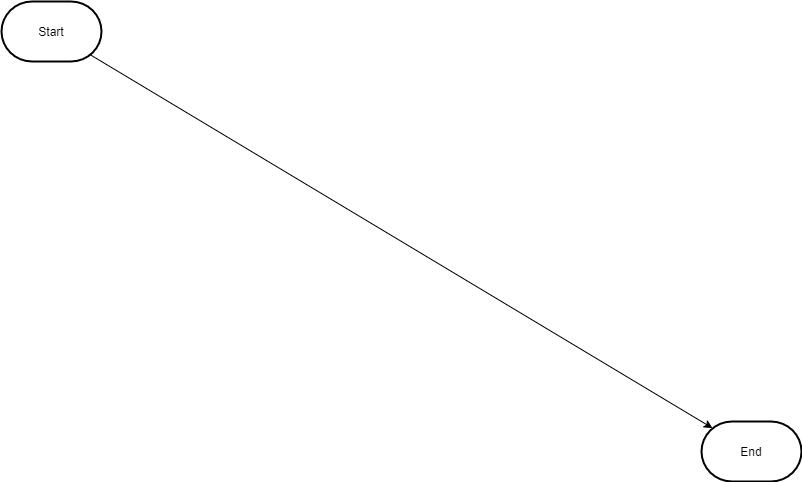
The draw.io diagram part2/part2.drawio.png in e2huynh/wi21-cse110-lab4, before a commit. Source tidied: cells renumbered, new cells last; positions are measured from the earlier drawing's top-left corner, leaving out a move shared by most shapes.
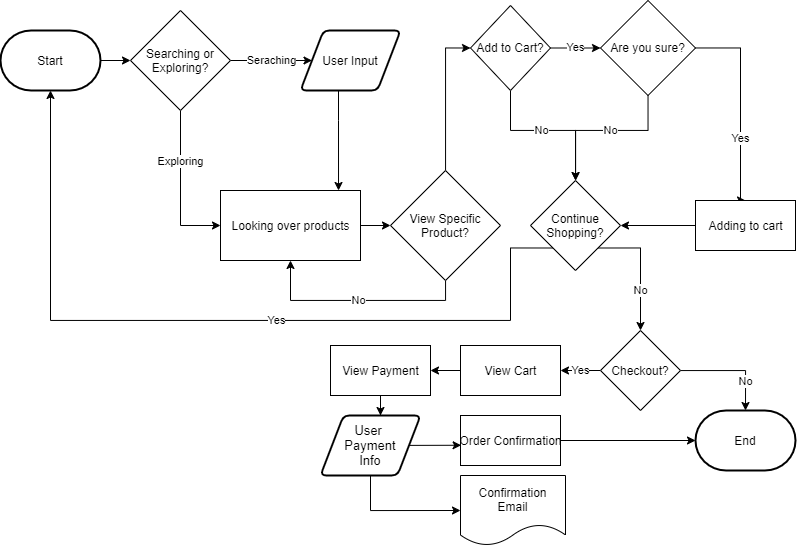
The same diagram one commit later.

Commit message:
Finished part2 and added readme

What changed in the source:
```diff
@@ -2,14 +2,155 @@
   <root>
     <mxCell id="0" />
     <mxCell id="1" parent="0" />
+    <mxCell id="5" style="edgeStyle=orthogonalEdgeStyle;rounded=0;jettySize=auto;html=1;exitX=1;exitY=0.5;exitDx=0;exitDy=0;exitPerimeter=0;entryX=0;entryY=0.5;entryDx=0;entryDy=0;" parent="1" edge="1" source="2" target="4">
+      <mxGeometry relative="1" as="geometry" />
+    </mxCell>
     <mxCell id="2" value="Start" style="strokeWidth=2;html=1;shape=mxgraph.flowchart.terminator;whiteSpace=wrap;" parent="1" vertex="1">
       <mxGeometry width="100" height="60" as="geometry" />
     </mxCell>
     <mxCell id="3" value="End" style="strokeWidth=2;html=1;shape=mxgraph.flowchart.terminator;whiteSpace=wrap;" parent="1" vertex="1">
-      <mxGeometry x="700" y="420" width="100" height="60" as="geometry" />
+      <mxGeometry x="695" y="380" width="100" height="60" as="geometry" />
     </mxCell>
+    <mxCell id="6" value="Seraching" style="edgeStyle=orthogonalEdgeStyle;rounded=0;jettySize=auto;html=1;exitX=1;exitY=0.5;exitDx=0;exitDy=0;" parent="1" edge="1" source="4" target="9">
+      <mxGeometry relative="1" as="geometry" />
+    </mxCell>
+    <mxCell id="7" value="Exploring" style="edgeStyle=orthogonalEdgeStyle;rounded=0;jettySize=auto;html=1;entryX=0;entryY=0.5;entryDx=0;entryDy=0;" parent="1" edge="1" source="4" target="11">
+      <mxGeometry x="-0.35" relative="1" as="geometry">
+        <Array as="points">
+          <mxPoint x="180" y="195" />
+        </Array>
+      </mxGeometry>
+    </mxCell>
-    <mxCell id="4" style="endArrow=classic;html=1;exitX=0.89;exitY=0.89;exitDx=0;exitDy=0;exitPerimeter=0;entryX=0.11;entryY=0.11;entryDx=0;entryDy=0;entryPerimeter=0;" parent="1" edge="1" source="2" target="3">
-      <mxGeometry relative="1" as="geometry" />
+    <mxCell id="4" value="Searching or Exploring?" style="rhombus;whiteSpace=wrap;html=1;" parent="1" vertex="1">
+      <mxGeometry x="130" y="-20" width="100" height="100" as="geometry" />
     </mxCell>
+    <mxCell id="8" style="edgeStyle=orthogonalEdgeStyle;rounded=0;jettySize=auto;html=1;entryX=0.843;entryY=0;entryDx=0;entryDy=0;entryPerimeter=0;" parent="1" edge="1" source="9" target="11">
+      <mxGeometry relative="1" as="geometry">
+        <Array as="points">
+          <mxPoint x="338" y="90" />
+          <mxPoint x="338" y="90" />
+        </Array>
+      </mxGeometry>
+    </mxCell>
+    <mxCell id="9" value="User Input" style="shape=parallelogram;html=1;strokeWidth=2;perimeter=parallelogramPerimeter;whiteSpace=wrap;rounded=1;arcSize=12;size=0.23;" parent="1" vertex="1">
+      <mxGeometry x="300" width="100" height="60" as="geometry" />
+    </mxCell>
+    <mxCell id="10" style="edgeStyle=orthogonalEdgeStyle;rounded=0;jettySize=auto;html=1;entryX=0;entryY=0.5;entryDx=0;entryDy=0;" parent="1" edge="1" source="11" target="14">
+      <mxGeometry relative="1" as="geometry" />
+    </mxCell>
+    <mxCell id="11" value="Looking over products" style="html=1;dashed=0;whitespace=wrap;" parent="1" vertex="1">
+      <mxGeometry x="220" y="160" width="140" height="70" as="geometry" />
+    </mxCell>
+    <mxCell id="12" value="No" style="edgeStyle=orthogonalEdgeStyle;rounded=0;jettySize=auto;html=1;entryX=0.5;entryY=1;entryDx=0;entryDy=0;" parent="1" edge="1" source="14" target="11">
+      <mxGeometry relative="1" as="geometry">
+        <Array as="points">
+          <mxPoint x="445" y="270" />
+          <mxPoint x="290" y="270" />
+        </Array>
+      </mxGeometry>
+    </mxCell>
+    <mxCell id="13" style="edgeStyle=orthogonalEdgeStyle;rounded=0;jettySize=auto;html=1;entryX=0;entryY=0.5;entryDx=0;entryDy=0;" parent="1" edge="1" source="14" target="17">
+      <mxGeometry relative="1" as="geometry" />
+    </mxCell>
+    <mxCell id="14" value="View Specific Product?" style="rhombus;whiteSpace=wrap;html=1;" parent="1" vertex="1">
+      <mxGeometry x="390" y="140" width="110" height="110" as="geometry" />
+    </mxCell>
+    <mxCell id="15" value="Yes" style="edgeStyle=orthogonalEdgeStyle;rounded=0;jettySize=auto;html=1;entryX=0;entryY=0.5;entryDx=0;entryDy=0;" parent="1" edge="1" source="17" target="20">
+      <mxGeometry relative="1" as="geometry" />
+    </mxCell>
+    <mxCell id="16" value="No" style="edgeStyle=orthogonalEdgeStyle;rounded=0;jettySize=auto;html=1;" parent="1" edge="1" source="17" target="23">
+      <mxGeometry x="-0.1" relative="1" as="geometry">
+        <Array as="points">
+          <mxPoint x="510" y="100" />
+          <mxPoint x="575" y="100" />
+        </Array>
+      </mxGeometry>
+    </mxCell>
+    <mxCell id="17" value="Add to Cart?" style="rhombus;whiteSpace=wrap;html=1;" parent="1" vertex="1">
+      <mxGeometry x="470" y="-25" width="80" height="85" as="geometry" />
+    </mxCell>
+    <mxCell id="18" value="No" style="edgeStyle=orthogonalEdgeStyle;rounded=0;jettySize=auto;html=1;" parent="1" edge="1" source="20" target="23">
+      <mxGeometry x="-0.08" relative="1" as="geometry">
+        <Array as="points">
+          <mxPoint x="648" y="100" />
+          <mxPoint x="575" y="100" />
+        </Array>
+      </mxGeometry>
+    </mxCell>
+    <mxCell id="19" value="Yes" style="edgeStyle=orthogonalEdgeStyle;rounded=0;jettySize=auto;html=1;entryX=0.5;entryY=0;entryDx=0;entryDy=0;" parent="1" edge="1" source="20" target="25">
+      <mxGeometry x="0.32" relative="1" as="geometry">
+        <Array as="points">
+          <mxPoint x="740" y="18" />
+        </Array>
+        <mxPoint y="1" as="offset" />
+      </mxGeometry>
+    </mxCell>
+    <mxCell id="20" value="Are you sure?" style="rhombus;whiteSpace=wrap;html=1;" parent="1" vertex="1">
+      <mxGeometry x="600" y="-30" width="95" height="95" as="geometry" />
+    </mxCell>
+    <mxCell id="21" value="Yes" style="edgeStyle=orthogonalEdgeStyle;rounded=0;jettySize=auto;html=1;exitX=0;exitY=1;exitDx=0;exitDy=0;entryX=0.5;entryY=1;entryDx=0;entryDy=0;entryPerimeter=0;" parent="1" edge="1" source="23" target="2">
+      <mxGeometry x="-0.13" relative="1" as="geometry">
+        <Array as="points">
+          <mxPoint x="510" y="218" />
+          <mxPoint x="510" y="290" />
+          <mxPoint x="50" y="290" />
+        </Array>
+      </mxGeometry>
+    </mxCell>
+    <mxCell id="22" value="No" style="edgeStyle=orthogonalEdgeStyle;rounded=0;jettySize=auto;html=1;exitX=1;exitY=1;exitDx=0;exitDy=0;" parent="1" edge="1" source="23" target="28">
+      <mxGeometry x="0.36" relative="1" as="geometry">
+        <Array as="points">
+          <mxPoint x="640" y="218" />
+        </Array>
+      </mxGeometry>
+    </mxCell>
+    <mxCell id="23" value="Continue Shopping?" style="rhombus;whiteSpace=wrap;html=1;" parent="1" vertex="1">
+      <mxGeometry x="530" y="150" width="90" height="90" as="geometry" />
+    </mxCell>
+    <mxCell id="24" style="edgeStyle=orthogonalEdgeStyle;rounded=0;jettySize=auto;html=1;entryX=1;entryY=0.5;entryDx=0;entryDy=0;" parent="1" edge="1" source="25" target="23">
+      <mxGeometry relative="1" as="geometry" />
+    </mxCell>
+    <mxCell id="25" value="Adding to cart" style="html=1;dashed=0;whitespace=wrap;" parent="1" vertex="1">
+      <mxGeometry x="695" y="170" width="100" height="50" as="geometry" />
+    </mxCell>
+    <mxCell id="26" value="No" style="edgeStyle=orthogonalEdgeStyle;rounded=0;jettySize=auto;html=1;entryX=0.5;entryY=0;entryDx=0;entryDy=0;entryPerimeter=0;" parent="1" edge="1" source="28" target="3">
+      <mxGeometry x="0.47" relative="1" as="geometry" />
+    </mxCell>
+    <mxCell id="27" value="Yes" style="edgeStyle=orthogonalEdgeStyle;rounded=0;jettySize=auto;html=1;exitX=0;exitY=0.5;exitDx=0;exitDy=0;entryX=1;entryY=0.5;entryDx=0;entryDy=0;" parent="1" edge="1" source="28" target="30">
+      <mxGeometry relative="1" as="geometry" />
+    </mxCell>
+    <mxCell id="28" value="Checkout?" style="rhombus;whiteSpace=wrap;html=1;" parent="1" vertex="1">
+      <mxGeometry x="600" y="300" width="80" height="80" as="geometry" />
+    </mxCell>
+    <mxCell id="29" style="edgeStyle=orthogonalEdgeStyle;rounded=0;jettySize=auto;html=1;exitX=0;exitY=0.5;exitDx=0;exitDy=0;entryX=1;entryY=0.5;entryDx=0;entryDy=0;" parent="1" edge="1" source="30" target="32">
+      <mxGeometry relative="1" as="geometry" />
+    </mxCell>
+    <mxCell id="30" value="View Cart" style="html=1;dashed=0;whitespace=wrap;" parent="1" vertex="1">
+      <mxGeometry x="460" y="315" width="100" height="50" as="geometry" />
+    </mxCell>
+    <mxCell id="31" style="edgeStyle=orthogonalEdgeStyle;rounded=0;jettySize=auto;html=1;entryX=0.6;entryY=0;entryDx=0;entryDy=0;entryPerimeter=0;" parent="1" edge="1" source="32" target="35">
+      <mxGeometry relative="1" as="geometry" />
+    </mxCell>
+    <mxCell id="32" value="View Payment" style="html=1;dashed=0;whitespace=wrap;" parent="1" vertex="1">
+      <mxGeometry x="330" y="315" width="100" height="50" as="geometry" />
+    </mxCell>
+    <mxCell id="33" style="rounded=0;jettySize=auto;html=1;entryX=0.006;entryY=0.595;entryDx=0;entryDy=0;entryPerimeter=0;" parent="1" edge="1" source="35" target="37">
+      <mxGeometry relative="1" as="geometry" />
+    </mxCell>
+    <mxCell id="34" style="edgeStyle=orthogonalEdgeStyle;rounded=0;jettySize=auto;html=1;exitX=0.5;exitY=1;exitDx=0;exitDy=0;entryX=0;entryY=0.5;entryDx=0;entryDy=0;" parent="1" edge="1" source="35" target="38">
+      <mxGeometry relative="1" as="geometry" />
+    </mxCell>
+    <mxCell id="35" value="&lt;font style=&quot;font-size: 13px&quot;&gt;User &lt;br&gt;Payment&lt;br&gt;Info&lt;/font&gt;" style="shape=parallelogram;html=1;strokeWidth=2;perimeter=parallelogramPerimeter;whiteSpace=wrap;rounded=1;arcSize=12;size=0.23;" parent="1" vertex="1">
+      <mxGeometry x="320" y="385" width="100" height="60" as="geometry" />
+    </mxCell>
+    <mxCell id="36" style="edgeStyle=orthogonalEdgeStyle;rounded=0;jettySize=auto;html=1;entryX=0;entryY=0.5;entryDx=0;entryDy=0;entryPerimeter=0;" parent="1" edge="1" source="37" target="3">
+      <mxGeometry relative="1" as="geometry" />
+    </mxCell>
+    <mxCell id="37" value="Order Confirmation" style="html=1;dashed=0;whitespace=wrap;" parent="1" vertex="1">
+      <mxGeometry x="460" y="385" width="100" height="50" as="geometry" />
+    </mxCell>
+    <mxCell id="38" value="Confirmation&lt;br&gt;Email" style="shape=document;whiteSpace=wrap;html=1;boundedLbl=1;" parent="1" vertex="1">
+      <mxGeometry x="460" y="445" width="105" height="70" as="geometry" />
+    </mxCell>
   </root>
 </mxGraphModel>
```
